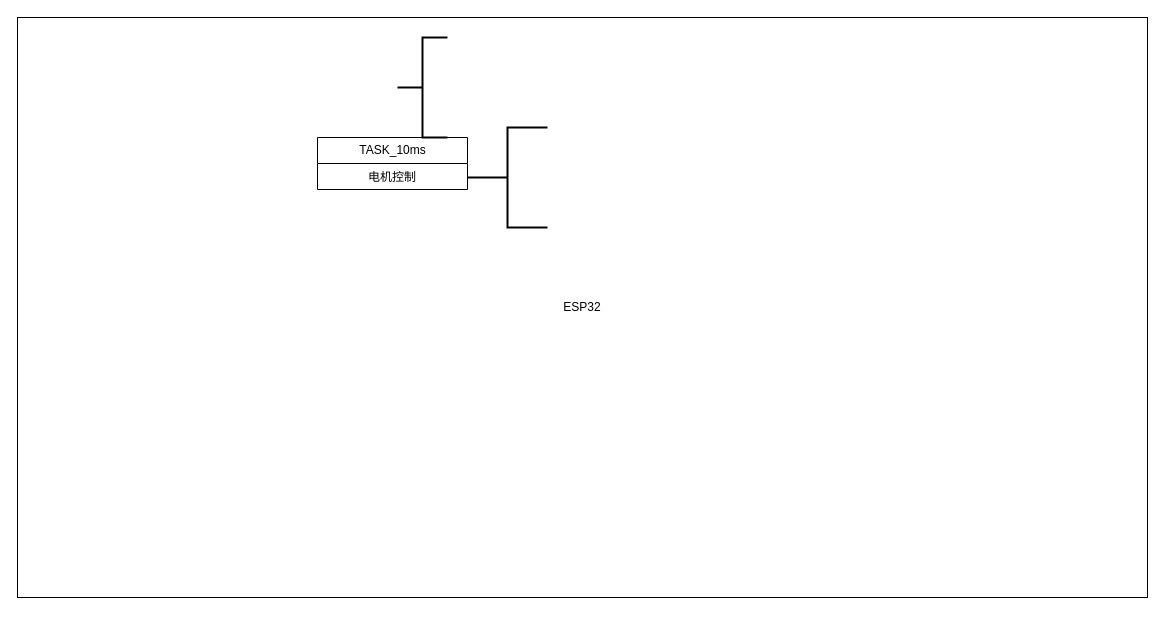
Before: V23.drawio in oldboy-pen/pen, a draw.io diagram. Source tidied: cells renumbered, new cells numbered last; positions are measured from the earlier drawing's top-left corner, leaving out a move shared by most shapes. Both pictures are drawn from the tidied source at 100%, with x=0, y=0 at pixel (17, 17).
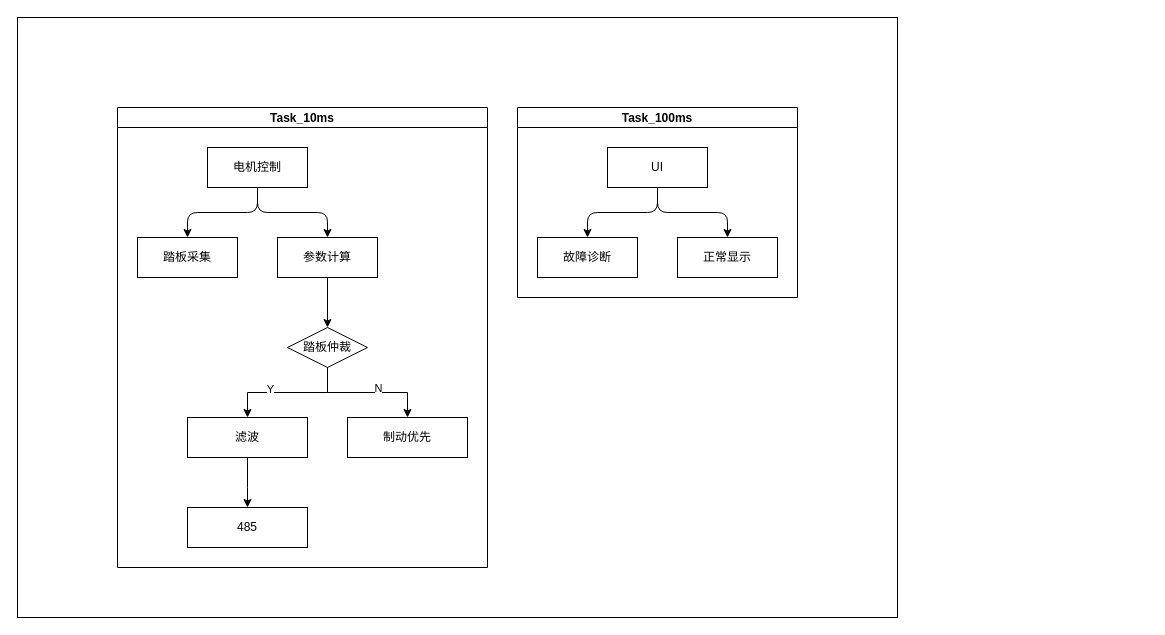
After the change.

Change to the diagram source:
```diff
@@
-    <mxCell id="2" value="ESP32" style="rounded=0;whiteSpace=wrap;html=1;align=center;" parent="1" vertex="1">
-      <mxGeometry width="1130" height="580" as="geometry" />
+    <mxCell id="2" style="rounded=0;whiteSpace=wrap;html=1;align=center;" parent="1" vertex="1">
+      <mxGeometry width="880" height="600" as="geometry" />
     </mxCell>
-    <mxCell id="3" value="TASK_10ms" style="swimlane;fontStyle=0;horizontal=1;startSize=26;fillColor=none;html=1;" parent="1" vertex="1">
-      <mxGeometry x="300" y="120" width="150" height="52" as="geometry" />
-    </mxCell>
+    <mxCell id="7" value="Task_10ms" style="swimlane;startSize=20;horizontal=1;horizontalTree=0;containerType=tree;fontSize=12;" parent="1" vertex="1">
+      <mxGeometry x="100" y="90" width="370" height="460" as="geometry" />
+    </mxCell>
-    <mxCell id="4" value="电机控制" style="text;strokeColor=none;fillColor=none;align=center;verticalAlign=top;spacingLeft=4;spacingRight=4;overflow=hidden;points=[[0,0.5],[1,0.5]];portConstraint=eastwest;whiteSpace=wrap;html=1;" parent="3" vertex="1">
-      <mxGeometry y="26" width="150" height="26" as="geometry" />
+    <mxCell id="4" value="电机控制" style="whiteSpace=wrap;html=1;" parent="7" vertex="1">
+      <mxGeometry x="90" y="40" width="100" height="40" as="geometry" />
     </mxCell>
-    <mxCell id="5" style="strokeWidth=2;html=1;shape=mxgraph.flowchart.annotation_2;align=left;labelPosition=right;" parent="1" vertex="1">
-      <mxGeometry x="450" y="110" width="80" height="100" as="geometry" />
-    </mxCell>
-    <mxCell id="6" style="strokeWidth=2;html=1;shape=mxgraph.flowchart.annotation_2;align=left;labelPosition=right;" parent="1" vertex="1">
-      <mxGeometry x="380" y="20" width="50" height="100" as="geometry" />
-    </mxCell>
+    <mxCell id="8" value="踏板采集" style="whiteSpace=wrap;html=1;" parent="7" vertex="1">
+      <mxGeometry x="20" y="130" width="100" height="40" as="geometry" />
+    </mxCell>
+    <mxCell id="9" style="edgeStyle=elbowEdgeStyle;elbow=vertical;html=1;rounded=1;curved=0;sourcePerimeterSpacing=0;targetPerimeterSpacing=0;startSize=6;endSize=6;" parent="7" edge="1" source="4" target="8">
+      <mxGeometry relative="1" as="geometry" />
+    </mxCell>
+    <mxCell id="10" style="edgeStyle=orthogonalEdgeStyle;rounded=0;jettySize=auto;html=1;" parent="7" edge="1" source="11" target="15">
+      <mxGeometry relative="1" as="geometry" />
+    </mxCell>
+    <mxCell id="11" value="参数计算" style="whiteSpace=wrap;html=1;" parent="7" vertex="1">
+      <mxGeometry x="160" y="130" width="100" height="40" as="geometry" />
+    </mxCell>
+    <mxCell id="12" style="edgeStyle=elbowEdgeStyle;elbow=vertical;html=1;rounded=1;curved=0;sourcePerimeterSpacing=0;targetPerimeterSpacing=0;startSize=6;endSize=6;" parent="7" edge="1" source="4" target="11">
+      <mxGeometry relative="1" as="geometry" />
+    </mxCell>
+    <mxCell id="13" style="edgeStyle=orthogonalEdgeStyle;rounded=0;jettySize=auto;html=1;" parent="7" edge="1" source="15" target="17">
+      <mxGeometry relative="1" as="geometry" />
+    </mxCell>
+    <mxCell id="14" value="Y" style="edgeLabel;html=1;align=center;verticalAlign=middle;" parent="13" vertex="1">
+      <mxGeometry x="0.28" y="-4" relative="1" as="geometry" />
+    </mxCell>
+    <mxCell id="15" value="踏板仲裁" style="rhombus;whiteSpace=wrap;html=1;" parent="7" vertex="1">
+      <mxGeometry x="170" y="220" width="80" height="40" as="geometry" />
+    </mxCell>
+    <mxCell id="16" style="edgeStyle=orthogonalEdgeStyle;rounded=0;jettySize=auto;html=1;exitX=0.5;exitY=1;exitDx=0;exitDy=0;entryX=0.5;entryY=0;entryDx=0;entryDy=0;" parent="7" edge="1" source="17" target="18">
+      <mxGeometry relative="1" as="geometry">
+        <Array as="points">
+          <mxPoint x="130" y="380" />
+          <mxPoint x="130" y="380" />
+        </Array>
+      </mxGeometry>
+    </mxCell>
+    <mxCell id="17" value="滤波" style="whiteSpace=wrap;html=1;" parent="7" vertex="1">
+      <mxGeometry x="70" y="310" width="120" height="40" as="geometry" />
+    </mxCell>
+    <mxCell id="18" value="485" style="whiteSpace=wrap;html=1;" parent="7" vertex="1">
+      <mxGeometry x="70" y="400" width="120" height="40" as="geometry" />
+    </mxCell>
+    <mxCell id="19" style="edgeStyle=orthogonalEdgeStyle;rounded=0;jettySize=auto;html=1;" parent="7" edge="1" source="15" target="21">
+      <mxGeometry relative="1" as="geometry" />
+    </mxCell>
+    <mxCell id="20" value="N" style="edgeLabel;html=1;align=center;verticalAlign=middle;" parent="19" vertex="1">
+      <mxGeometry x="0.12" y="-4" relative="1" as="geometry">
+        <mxPoint x="2" y="-9" as="offset" />
+      </mxGeometry>
+    </mxCell>
+    <mxCell id="21" value="制动优先" style="whiteSpace=wrap;html=1;" parent="7" vertex="1">
+      <mxGeometry x="230" y="310" width="120" height="40" as="geometry" />
+    </mxCell>
+    <mxCell id="22" value="Task_100ms" style="swimlane;startSize=20;horizontal=1;horizontalTree=0;containerType=tree;fontSize=12;" parent="1" vertex="1">
+      <mxGeometry x="500" y="90" width="280" height="190" as="geometry" />
+    </mxCell>
+    <mxCell id="23" value="UI" style="whiteSpace=wrap;html=1;" parent="22" vertex="1">
+      <mxGeometry x="90" y="40" width="100" height="40" as="geometry" />
+    </mxCell>
+    <mxCell id="24" value="故障诊断" style="whiteSpace=wrap;html=1;" parent="22" vertex="1">
+      <mxGeometry x="20" y="130" width="100" height="40" as="geometry" />
+    </mxCell>
+    <mxCell id="25" style="edgeStyle=elbowEdgeStyle;elbow=vertical;html=1;rounded=1;curved=0;sourcePerimeterSpacing=0;targetPerimeterSpacing=0;startSize=6;endSize=6;" parent="22" edge="1" source="23" target="24">
+      <mxGeometry relative="1" as="geometry" />
+    </mxCell>
+    <mxCell id="26" value="正常显示" style="whiteSpace=wrap;html=1;" parent="22" vertex="1">
+      <mxGeometry x="160" y="130" width="100" height="40" as="geometry" />
+    </mxCell>
+    <mxCell id="27" style="edgeStyle=elbowEdgeStyle;elbow=vertical;html=1;rounded=1;curved=0;sourcePerimeterSpacing=0;targetPerimeterSpacing=0;startSize=6;endSize=6;" parent="22" edge="1" source="23" target="26">
+      <mxGeometry relative="1" as="geometry" />
+    </mxCell>
```
